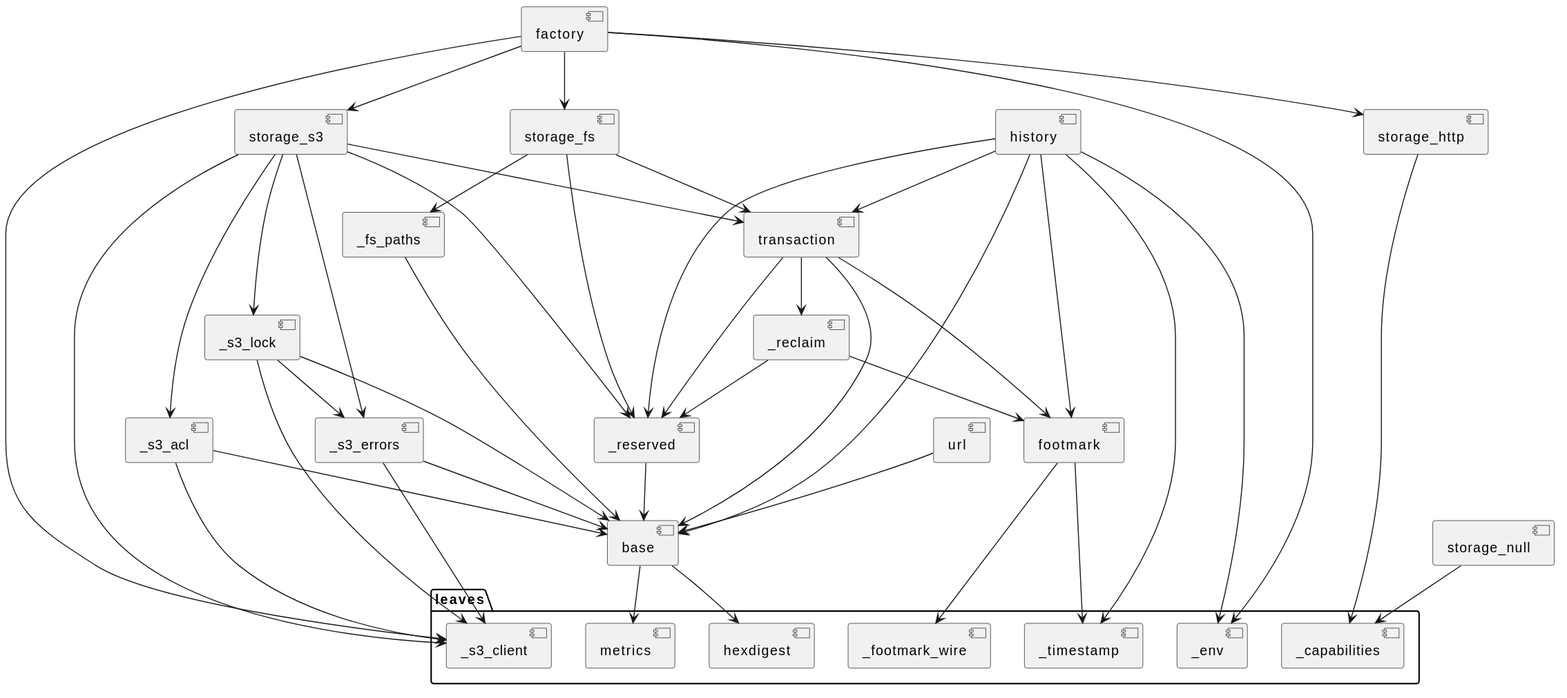
Earlier version of the PlantUML export docs/development/diagrams/architecture-modules.svg (vinklat/txstore). Its source is kept beside it as docs/development/diagrams/architecture-modules.puml. The source it was exported from:
```plantuml
@startuml
package leaves {
  [_env]
  [_timestamp]
  [_footmark_wire]
  [_s3_client]
  [_capabilities]
  [hexdigest]
  [metrics]
}
[base] --> [hexdigest]
[base] --> [metrics]
[url] --> [base]
[_reserved] --> [base]
[_fs_paths] --> [base]
[_s3_acl] --> [base]
[_s3_acl] --> [_s3_client]
[_s3_errors] --> [base]
[_s3_errors] --> [_s3_client]
[_s3_lock] --> [base]
[_s3_lock] --> [_s3_client]
[_s3_lock] --> [_s3_errors]
[footmark] --> [_footmark_wire]
[footmark] --> [_timestamp]
[transaction] --> [base]
[transaction] --> [footmark]
[transaction] --> [_reserved]
[transaction] --> [_reclaim]
[_reclaim] --> [footmark]
[_reclaim] --> [_reserved]
[history] --> [base]
[history] --> [footmark]
[history] --> [_timestamp]
[history] --> [transaction]
[history] --> [_env]
[history] --> [_reserved]
[storage_fs] --> [transaction]
[storage_fs] --> [_fs_paths]
[storage_fs] --> [_reserved]
[storage_s3] --> [transaction]
[storage_s3] --> [_s3_client]
[storage_s3] --> [_s3_acl]
[storage_s3] --> [_s3_errors]
[storage_s3] --> [_s3_lock]
[storage_s3] --> [_reserved]
[storage_http] --> [_capabilities]
[storage_null] --> [_capabilities]
[factory] --> [storage_fs]
[factory] --> [storage_s3]
[factory] --> [storage_http]
[factory] --> [_env]
[factory] --> [_s3_client]
@enduml
```
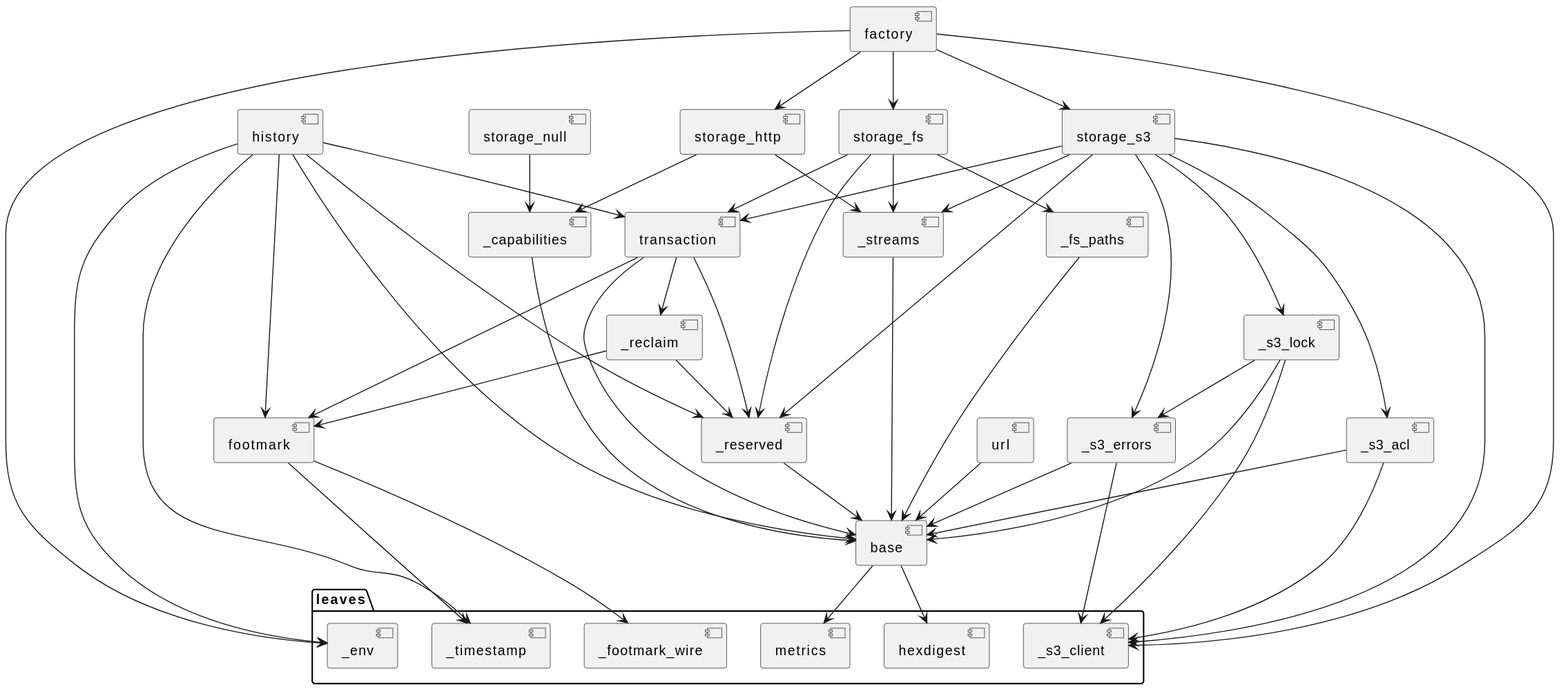
After the commit.

The edit, as a diff of the source:
```diff
@@ -4,13 +4,14 @@
   [_timestamp]
   [_footmark_wire]
   [_s3_client]
-  [_capabilities]
   [hexdigest]
   [metrics]
 }
 [base] --> [hexdigest]
 [base] --> [metrics]
 [url] --> [base]
+[_capabilities] --> [base]
+[_streams] --> [base]
 [_reserved] --> [base]
 [_fs_paths] --> [base]
 [_s3_acl] --> [base]
@@ -35,15 +36,18 @@
 [history] --> [_env]
 [history] --> [_reserved]
 [storage_fs] --> [transaction]
+[storage_fs] --> [_streams]
 [storage_fs] --> [_fs_paths]
 [storage_fs] --> [_reserved]
 [storage_s3] --> [transaction]
+[storage_s3] --> [_streams]
 [storage_s3] --> [_s3_client]
 [storage_s3] --> [_s3_acl]
 [storage_s3] --> [_s3_errors]
 [storage_s3] --> [_s3_lock]
 [storage_s3] --> [_reserved]
 [storage_http] --> [_capabilities]
+[storage_http] --> [_streams]
 [storage_null] --> [_capabilities]
 [factory] --> [storage_fs]
 [factory] --> [storage_s3]
```
